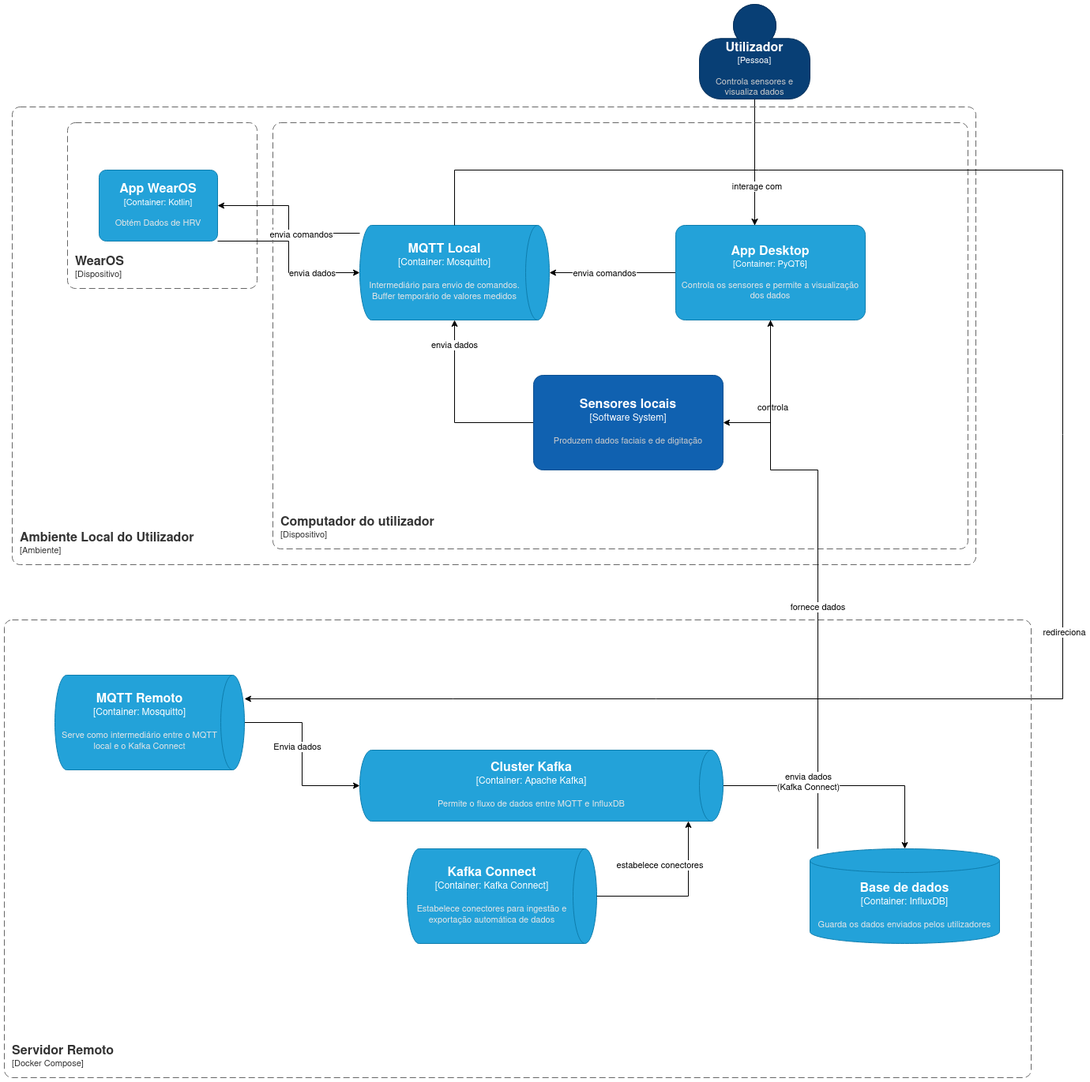
Earlier version of the draw.io export figs/Dissertation_arquitecture.png (BrunoPascoa76/Dissertation-Paper). Source tidied: cells renumbered, new cells last; positions are measured from the earlier drawing's top-left corner, leaving out a move shared by most shapes.
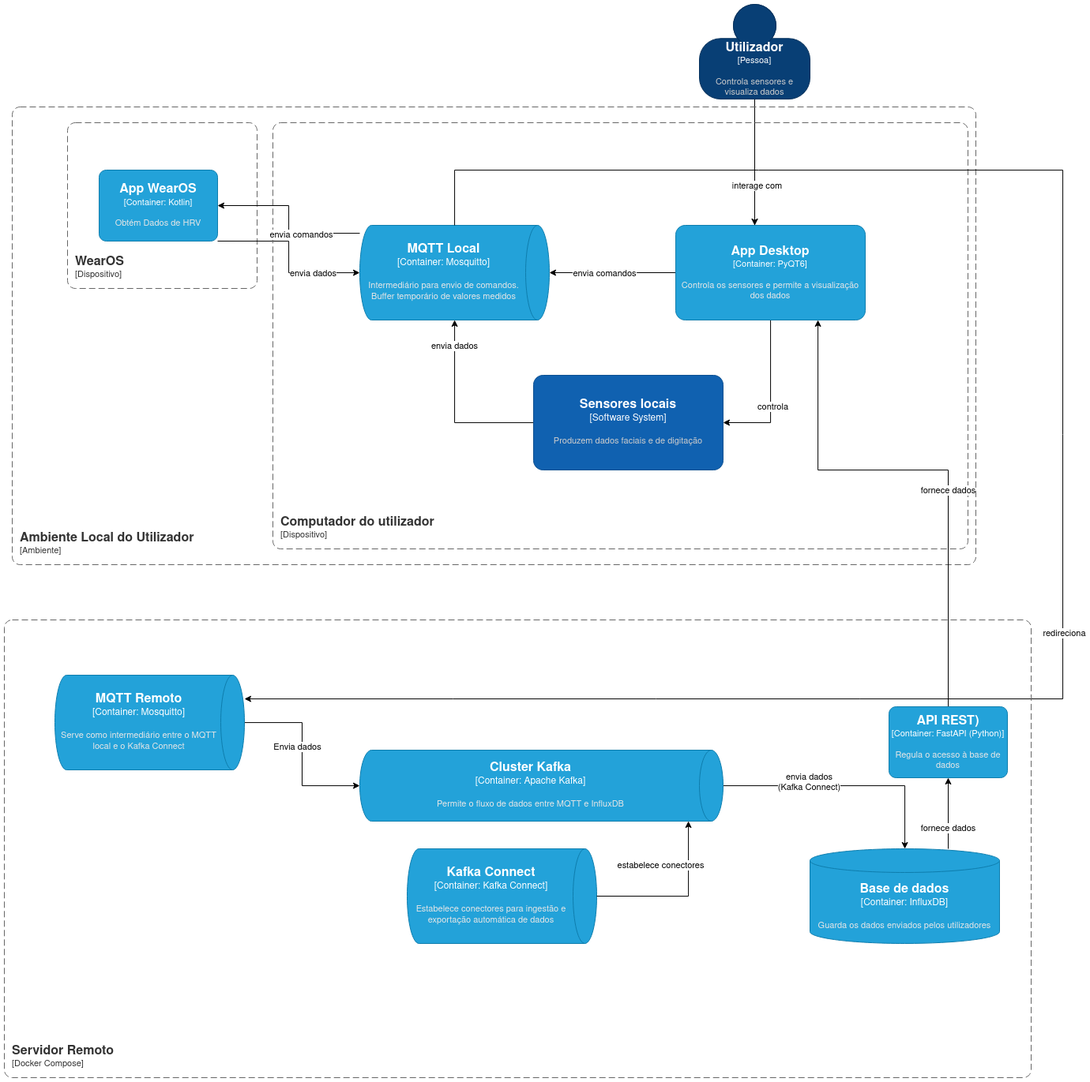
After the change.

Commit message:
acrescentei o server REST

The edit, as a diff of the source:
```diff
@@ -118,9 +118,10 @@
         <mxGeometry y="780" width="1300" height="580" as="geometry" />
       </mxCell>
     </object>
-    <mxCell id="25" style="edgeStyle=orthogonalEdgeStyle;rounded=0;jettySize=auto;html=1;" parent="1" edge="1" source="27" target="20">
+    <mxCell id="25" style="edgeStyle=orthogonalEdgeStyle;rounded=0;jettySize=auto;html=1;" parent="1" edge="1" source="39" target="20">
       <mxGeometry relative="1" as="geometry">
         <Array as="points">
+          <mxPoint x="1195" y="590" />
           <mxPoint x="1030" y="590" />
         </Array>
       </mxGeometry>
@@ -128,6 +129,17 @@
     <mxCell id="26" value="fornece dados" style="edgeLabel;html=1;align=center;verticalAlign=middle;" parent="25" vertex="1">
       <mxGeometry x="-0.16" y="1" relative="1" as="geometry" />
     </mxCell>
+    <mxCell id="37" style="edgeStyle=orthogonalEdgeStyle;rounded=0;jettySize=auto;html=1;" parent="1" edge="1" source="27" target="39">
+      <mxGeometry relative="1" as="geometry">
+        <Array as="points">
+          <mxPoint x="1195" y="1050" />
+          <mxPoint x="1195" y="1050" />
+        </Array>
+      </mxGeometry>
+    </mxCell>
+    <mxCell id="38" value="&lt;div&gt;fornece dados&lt;/div&gt;" style="edgeLabel;html=1;align=center;verticalAlign=middle;" parent="37" vertex="1">
+      <mxGeometry x="-0.4" y="1" relative="1" as="geometry" />
+    </mxCell>
     <object id="27" label="&lt;font style=&quot;font-size: 16px&quot;&gt;&lt;b&gt;%c4Name%&lt;/b&gt;&lt;/font&gt;&lt;div&gt;[%c4Type%:&amp;nbsp;%c4Technology%]&lt;/div&gt;&lt;br&gt;&lt;div&gt;&lt;font style=&quot;font-size: 11px&quot;&gt;&lt;font color=&quot;#E6E6E6&quot;&gt;%c4Description%&lt;/font&gt;&lt;/div&gt;" c4Description="Guarda os dados enviados pelos utilizadores" c4Name="Base de dados" c4Technology="InfluxDB" c4Type="Container" placeholders="1">
       <mxCell style="shape=cylinder3;size=15;whiteSpace=wrap;html=1;boundedLbl=1;rounded=0;labelBackgroundColor=none;fillColor=#23A2D9;fontSize=12;fontColor=#ffffff;align=center;strokeColor=#0E7DAD;points=[[0.5,0,0],[1,0.25,0],[1,0.5,0],[1,0.75,0],[0.5,1,0],[0,0.75,0],[0,0.5,0],[0,0.25,0]];" parent="1" vertex="1">
         <mxGeometry x="1020" y="1070" width="240" height="120" as="geometry" />
@@ -176,5 +188,10 @@
         <mxPoint x="51" y="-41" as="offset" />
       </mxGeometry>
     </mxCell>
+    <object id="39" label="&lt;font style=&quot;font-size: 16px&quot;&gt;&lt;b&gt;%c4Name%&lt;/b&gt;&lt;/font&gt;&lt;div&gt;[%c4Type%: %c4Technology%]&lt;/div&gt;&lt;br&gt;&lt;div&gt;&lt;font style=&quot;font-size: 11px&quot;&gt;&lt;font color=&quot;#E6E6E6&quot;&gt;%c4Description%&lt;/font&gt;&lt;/div&gt;" c4Description="Regula o acesso à base de dados" c4Name="API REST)" c4Technology="FastAPI (Python)" c4Type="Container" placeholders="1">
+      <mxCell style="rounded=1;html=1;fontSize=11;labelBackgroundColor=none;fillColor=#23A2D9;fontColor=#ffffff;align=center;arcSize=10;strokeColor=#0E7DAD;points=[[0.25,0,0],[0.5,0,0],[0.75,0,0],[1,0.25,0],[1,0.5,0],[1,0.75,0],[0.75,1,0],[0.5,1,0],[0.25,1,0],[0,0.75,0],[0,0.5,0],[0,0.25,0]];whiteSpace=wrap;rotation=0;" parent="1" vertex="1">
+        <mxGeometry x="1120" y="890" width="150" height="90" as="geometry" />
+      </mxCell>
+    </object>
   </root>
 </mxGraphModel>
```
